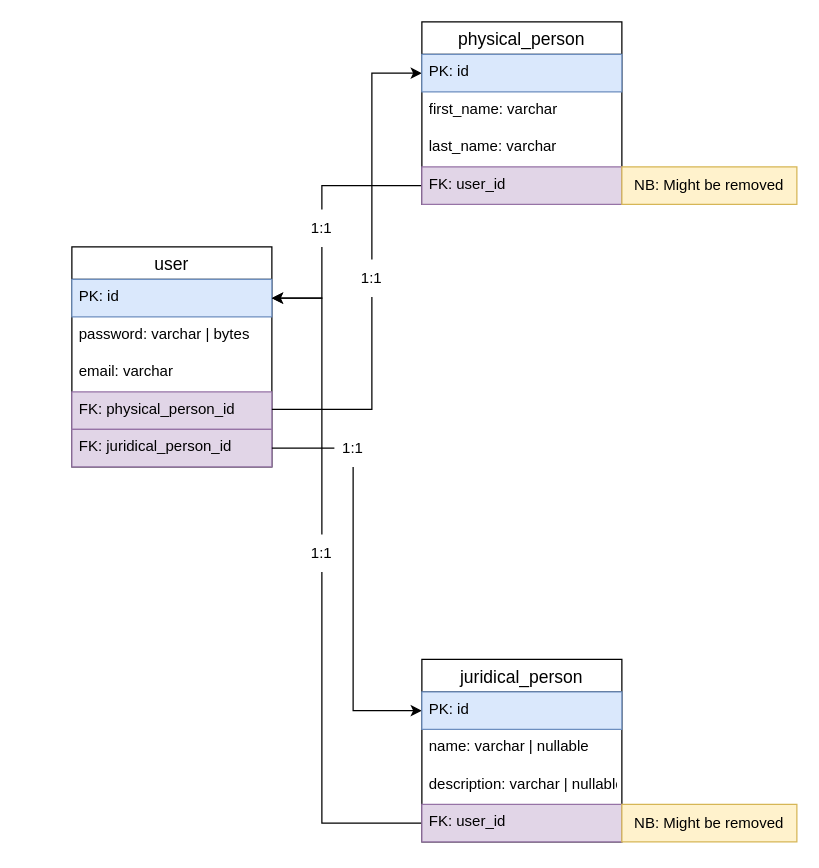
The draw.io diagram docks/models.drawio in hophiphip/bruh, before the edit. Source tidied: cells renumbered, new cells numbered last; positions are measured from the earlier drawing's top-left corner, leaving out a move shared by most shapes. Both pictures are drawn from the tidied source at 125%, with x=0, y=0 at pixel (71, 21).
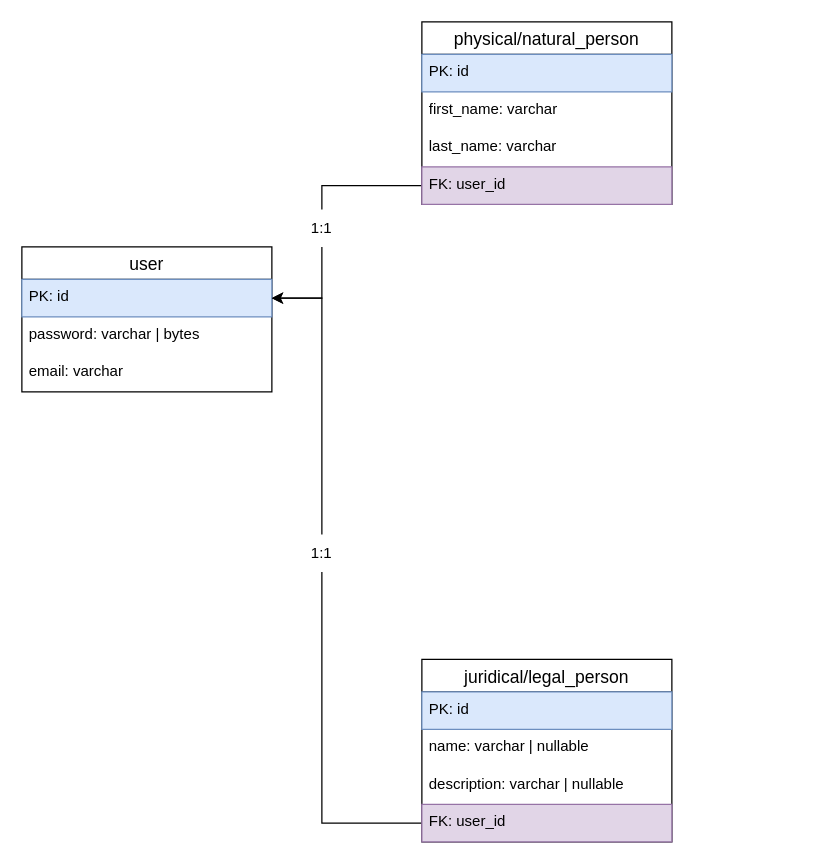
After the change.

Diff of the diagram source:
```diff
@@
     <mxCell id="2" value="user" style="swimlane;fontStyle=0;horizontal=1;startSize=26;align=center;fontSize=14;" parent="1" vertex="1">
-      <mxGeometry y="180" width="160" height="176" as="geometry" />
+      <mxGeometry x="-40" y="180" width="200" height="116" as="geometry" />
     </mxCell>
     <mxCell id="3" value="PK: id" style="text;strokeColor=#6c8ebf;fillColor=#dae8fc;spacingLeft=4;spacingRight=4;overflow=hidden;points=[[0,0.5],[1,0.5]];portConstraint=eastwest;fontSize=12;" parent="2" vertex="1">
-      <mxGeometry y="26" width="160" height="30" as="geometry" />
+      <mxGeometry y="26" width="200" height="30" as="geometry" />
     </mxCell>
     <mxCell id="4" value="password: varchar | bytes" style="text;strokeColor=none;fillColor=none;spacingLeft=4;spacingRight=4;overflow=hidden;fontSize=12;" parent="2" vertex="1">
-      <mxGeometry y="56" width="160" height="30" as="geometry" />
+      <mxGeometry y="56" width="200" height="30" as="geometry" />
     </mxCell>
     <mxCell id="5" value="email: varchar" style="text;strokeColor=none;fillColor=none;spacingLeft=4;spacingRight=4;overflow=hidden;fontSize=12;" parent="2" vertex="1">
-      <mxGeometry y="86" width="160" height="30" as="geometry" />
+      <mxGeometry y="86" width="200" height="30" as="geometry" />
     </mxCell>
-    <mxCell id="6" value="FK: physical_person_id" style="text;strokeColor=#9673a6;fillColor=#e1d5e7;spacingLeft=4;spacingRight=4;overflow=hidden;fontSize=12;" parent="2" vertex="1">
-      <mxGeometry y="116" width="160" height="30" as="geometry" />
-    </mxCell>
-    <mxCell id="7" value="FK: juridical_person_id" style="text;strokeColor=#9673a6;fillColor=#e1d5e7;spacingLeft=4;spacingRight=4;overflow=hidden;points=[[0,0.5],[1,0.5]];portConstraint=eastwest;fontSize=12;" parent="2" vertex="1">
-      <mxGeometry y="146" width="160" height="30" as="geometry" />
-    </mxCell>
-    <mxCell id="8" style="endArrow=classic;html=1;rounded=0;entryX=0;entryY=0.5;entryDx=0;entryDy=0;startArrow=none;" parent="1" edge="1" source="9" target="29">
-      <mxGeometry relative="1" as="geometry">
-        <Array as="points">
-          <mxPoint x="240" y="41" />
-        </Array>
-      </mxGeometry>
-    </mxCell>
-    <mxCell id="9" value="1:1" style="text;html=1;strokeColor=none;fillColor=none;align=center;verticalAlign=middle;whiteSpace=wrap;rounded=0;" parent="1" vertex="1">
-      <mxGeometry x="210" y="190" width="60" height="30" as="geometry" />
-    </mxCell>
-    <mxCell id="10" style="endArrow=none;html=1;rounded=0;entryX=0.5;entryY=1;entryDx=0;entryDy=0;" parent="1" edge="1" target="9">
-      <mxGeometry relative="1" as="geometry">
-        <mxPoint x="160" y="310" as="sourcePoint" />
-        <Array as="points">
-          <mxPoint x="240" y="310" />
-        </Array>
-      </mxGeometry>
-    </mxCell>
@@
-    <mxCell id="17" value="1:1" style="text;html=1;strokeColor=none;fillColor=none;align=center;verticalAlign=middle;whiteSpace=wrap;rounded=0;" parent="1" vertex="1">
-      <mxGeometry x="210" y="326" width="30" height="30" as="geometry" />
-    </mxCell>
-    <mxCell id="18" style="endArrow=none;html=1;rounded=0;exitX=1;exitY=0.5;exitDx=0;exitDy=0;entryX=0;entryY=0.5;entryDx=0;entryDy=0;" parent="1" edge="1" source="7" target="17">
-      <mxGeometry relative="1" as="geometry" />
-    </mxCell>
-    <mxCell id="19" style="endArrow=classic;html=1;rounded=0;exitX=0.5;exitY=1;exitDx=0;exitDy=0;entryX=0;entryY=0.5;entryDx=0;entryDy=0;" parent="1" edge="1" source="17" target="22">
-      <mxGeometry relative="1" as="geometry">
-        <Array as="points">
-          <mxPoint x="225" y="551" />
-        </Array>
-      </mxGeometry>
-    </mxCell>
-    <mxCell id="20" style="group;" parent="1" vertex="1">
-      <mxGeometry x="280" y="510" width="300" height="146" as="geometry" />
-    </mxCell>
+    <mxCell id="28" value="physical/natural_person" style="swimlane;fontStyle=0;horizontal=1;startSize=26;align=center;fontSize=14;" parent="1" vertex="1">
+      <mxGeometry x="280" width="200" height="146" as="geometry" />
+    </mxCell>
+    <mxCell id="29" value="PK: id" style="text;strokeColor=#6c8ebf;fillColor=#dae8fc;spacingLeft=4;spacingRight=4;overflow=hidden;points=[[0,0.5],[1,0.5]];portConstraint=eastwest;fontSize=12;" parent="28" vertex="1">
+      <mxGeometry y="26" width="200" height="30" as="geometry" />
+    </mxCell>
+    <mxCell id="30" value="first_name: varchar" style="text;strokeColor=none;fillColor=none;spacingLeft=4;spacingRight=4;overflow=hidden;fontSize=12;" parent="28" vertex="1">
+      <mxGeometry y="56" width="200" height="30" as="geometry" />
+    </mxCell>
+    <mxCell id="31" value="last_name: varchar" style="text;strokeColor=none;fillColor=none;spacingLeft=4;spacingRight=4;overflow=hidden;fontSize=12;" parent="28" vertex="1">
+      <mxGeometry y="86" width="200" height="30" as="geometry" />
+    </mxCell>
+    <mxCell id="32" value="FK: user_id" style="text;strokeColor=#9673a6;fillColor=#e1d5e7;spacingLeft=4;spacingRight=4;overflow=hidden;points=[[0,0.5],[1,0.5]];portConstraint=eastwest;fontSize=12;" parent="28" vertex="1">
+      <mxGeometry y="116" width="200" height="30" as="geometry" />
+    </mxCell>
-    <mxCell id="21" value="juridical_person" style="swimlane;fontStyle=0;horizontal=1;startSize=26;align=center;fontSize=14;" parent="20" vertex="1">
-      <mxGeometry width="160" height="146" as="geometry" />
+    <mxCell id="21" value="juridical/legal_person" style="swimlane;fontStyle=0;horizontal=1;startSize=26;align=center;fontSize=14;" parent="1" vertex="1">
+      <mxGeometry x="280" y="510" width="200" height="146" as="geometry" />
     </mxCell>
     <mxCell id="22" value="PK: id" style="text;strokeColor=#6c8ebf;fillColor=#dae8fc;spacingLeft=4;spacingRight=4;overflow=hidden;points=[[0,0.5],[1,0.5]];portConstraint=eastwest;fontSize=12;" parent="21" vertex="1">
-      <mxGeometry y="26" width="160" height="30" as="geometry" />
+      <mxGeometry y="26" width="200" height="30" as="geometry" />
     </mxCell>
     <mxCell id="23" value="name: varchar | nullable" style="text;strokeColor=none;fillColor=none;spacingLeft=4;spacingRight=4;overflow=hidden;fontSize=12;" parent="21" vertex="1">
-      <mxGeometry y="56" width="160" height="30" as="geometry" />
+      <mxGeometry y="56" width="200" height="30" as="geometry" />
     </mxCell>
     <mxCell id="24" value="description: varchar | nullable" style="text;strokeColor=none;fillColor=none;spacingLeft=4;spacingRight=4;overflow=hidden;fontSize=12;" parent="21" vertex="1">
-      <mxGeometry y="86" width="160" height="30" as="geometry" />
+      <mxGeometry y="86" width="200" height="30" as="geometry" />
     </mxCell>
     <mxCell id="25" value="FK: user_id" style="text;strokeColor=#9673a6;fillColor=#e1d5e7;spacingLeft=4;spacingRight=4;overflow=hidden;points=[[0,0.5],[1,0.5]];portConstraint=eastwest;fontSize=12;" parent="21" vertex="1">
-      <mxGeometry y="116" width="160" height="30" as="geometry" />
+      <mxGeometry y="116" width="200" height="30" as="geometry" />
     </mxCell>
-    <mxCell id="26" value="NB: Might be removed " style="rounded=0;whiteSpace=wrap;html=1;fillColor=#fff2cc;strokeColor=#d6b656;" parent="20" vertex="1">
-      <mxGeometry x="160" y="116" width="140" height="30" as="geometry" />
-    </mxCell>
-    <mxCell id="27" style="group;" parent="1" vertex="1">
-      <mxGeometry x="280" width="300" height="146" as="geometry" />
-    </mxCell>
-    <mxCell id="28" value="physical_person" style="swimlane;fontStyle=0;horizontal=1;startSize=26;align=center;fontSize=14;" parent="27" vertex="1">
-      <mxGeometry width="160" height="146" as="geometry" />
-    </mxCell>
-    <mxCell id="29" value="PK: id" style="text;strokeColor=#6c8ebf;fillColor=#dae8fc;spacingLeft=4;spacingRight=4;overflow=hidden;points=[[0,0.5],[1,0.5]];portConstraint=eastwest;fontSize=12;" parent="28" vertex="1">
-      <mxGeometry y="26" width="160" height="30" as="geometry" />
-    </mxCell>
-    <mxCell id="30" value="first_name: varchar" style="text;strokeColor=none;fillColor=none;spacingLeft=4;spacingRight=4;overflow=hidden;fontSize=12;" parent="28" vertex="1">
-      <mxGeometry y="56" width="160" height="30" as="geometry" />
-    </mxCell>
-    <mxCell id="31" value="last_name: varchar" style="text;strokeColor=none;fillColor=none;spacingLeft=4;spacingRight=4;overflow=hidden;fontSize=12;" parent="28" vertex="1">
-      <mxGeometry y="86" width="160" height="30" as="geometry" />
-    </mxCell>
-    <mxCell id="32" value="FK: user_id" style="text;strokeColor=#9673a6;fillColor=#e1d5e7;spacingLeft=4;spacingRight=4;overflow=hidden;points=[[0,0.5],[1,0.5]];portConstraint=eastwest;fontSize=12;" parent="28" vertex="1">
-      <mxGeometry y="116" width="160" height="30" as="geometry" />
-    </mxCell>
-    <mxCell id="33" value="NB: Might be removed " style="rounded=0;whiteSpace=wrap;html=1;fillColor=#fff2cc;strokeColor=#d6b656;" parent="27" vertex="1">
-      <mxGeometry x="160" y="116" width="140" height="30" as="geometry" />
-    </mxCell>
```
